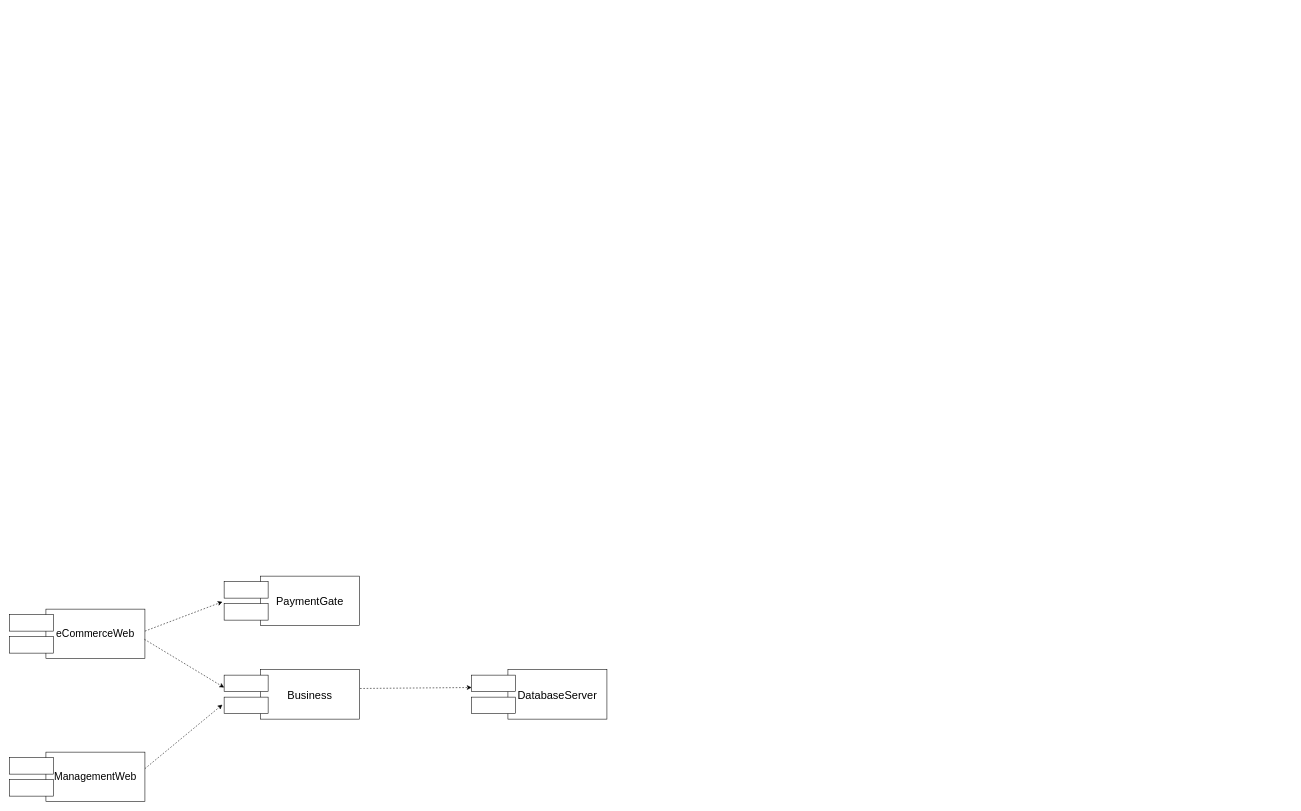
The draw.io diagram Biểu đồ thành phần.drawio in leducminh11224188/Library-Management, before the edit. Source tidied: cells renumbered, new cells numbered last; positions are measured from the earlier drawing's top-left corner, leaving out a move shared by most shapes. Both pictures are drawn from the tidied source at 55%, with x=0, y=0 at pixel (9, 576).
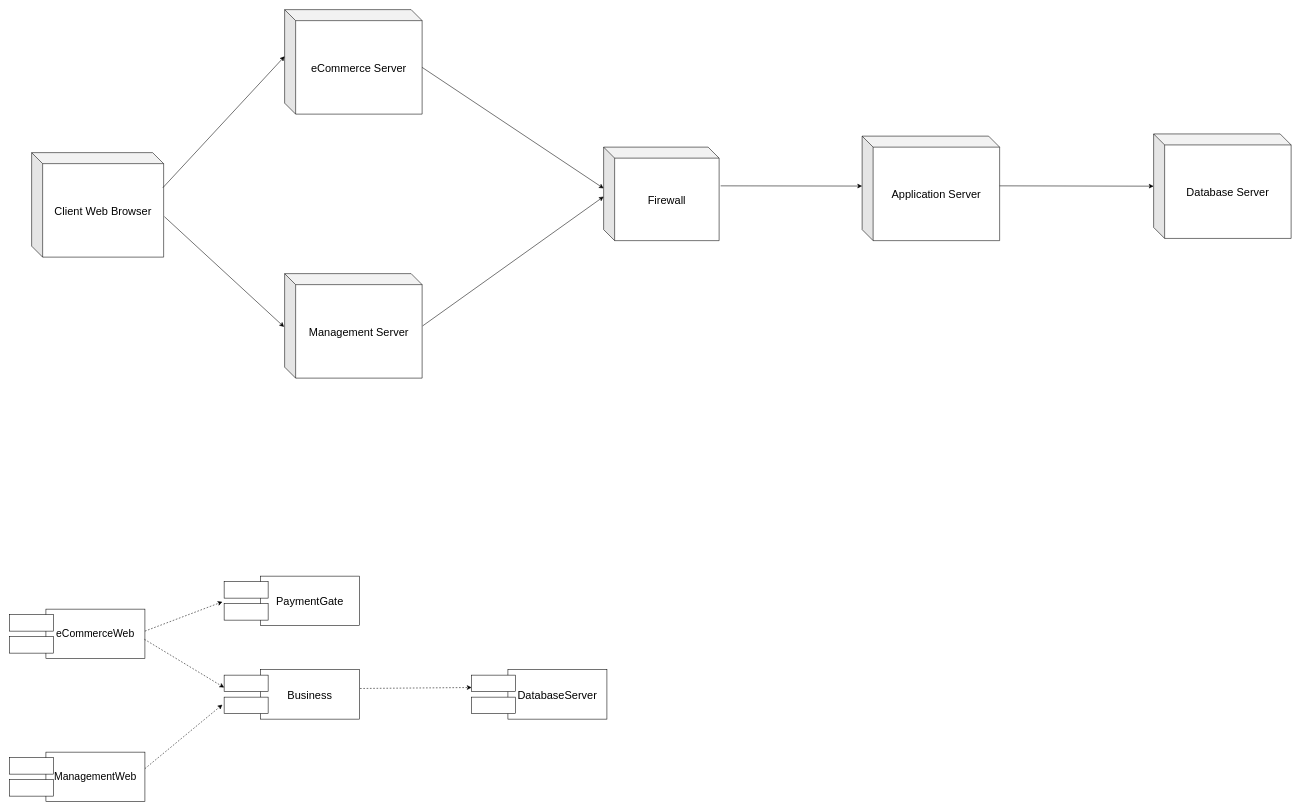
Above is the later version.

Commit message (it also covers changes not shown here):
Cập nhật Biểu đồ thành phần.drawio

Diff of the diagram source:
```diff
@@
+    <mxCell id="26" value="&lt;font style=&quot;font-size: 20px;&quot;&gt;Client Web Browser&lt;/font&gt;" style="shape=cube;whiteSpace=wrap;html=1;boundedLbl=1;backgroundOutline=1;darkOpacity=0.05;darkOpacity2=0.1;" parent="1" vertex="1">
+      <mxGeometry x="40" y="-770" width="240" height="190" as="geometry" />
+    </mxCell>
+    <mxCell id="27" value="&lt;font style=&quot;font-size: 20px;&quot;&gt;eCommerce Server&lt;/font&gt;" style="shape=cube;whiteSpace=wrap;html=1;boundedLbl=1;backgroundOutline=1;darkOpacity=0.05;darkOpacity2=0.1;" parent="1" vertex="1">
+      <mxGeometry x="500" y="-1030" width="250" height="190" as="geometry" />
+    </mxCell>
+    <mxCell id="28" value="&lt;font style=&quot;font-size: 20px;&quot;&gt;Management Server&lt;/font&gt;" style="shape=cube;whiteSpace=wrap;html=1;boundedLbl=1;backgroundOutline=1;darkOpacity=0.05;darkOpacity2=0.1;" parent="1" vertex="1">
+      <mxGeometry x="500" y="-550" width="250" height="190" as="geometry" />
+    </mxCell>
+    <mxCell id="29" value="&lt;font style=&quot;font-size: 20px;&quot;&gt;Firewall&lt;/font&gt;" style="shape=cube;whiteSpace=wrap;html=1;boundedLbl=1;backgroundOutline=1;darkOpacity=0.05;darkOpacity2=0.1;" parent="1" vertex="1">
+      <mxGeometry x="1080" y="-780" width="210" height="170" as="geometry" />
+    </mxCell>
+    <mxCell id="30" value="&lt;font style=&quot;font-size: 20px;&quot;&gt;Application Server&lt;/font&gt;" style="shape=cube;whiteSpace=wrap;html=1;boundedLbl=1;backgroundOutline=1;darkOpacity=0.05;darkOpacity2=0.1;" parent="1" vertex="1">
+      <mxGeometry x="1550" y="-800" width="250" height="190" as="geometry" />
+    </mxCell>
+    <mxCell id="31" value="&lt;font style=&quot;font-size: 20px;&quot;&gt;Database Server&lt;/font&gt;" style="shape=cube;whiteSpace=wrap;html=1;boundedLbl=1;backgroundOutline=1;darkOpacity=0.05;darkOpacity2=0.1;" parent="1" vertex="1">
+      <mxGeometry x="2080" y="-804" width="250" height="190" as="geometry" />
+    </mxCell>
+    <mxCell id="32" style="endArrow=classic;html=1;rounded=0;exitX=0.994;exitY=0.336;exitDx=0;exitDy=0;exitPerimeter=0;entryX=0;entryY=0;entryDx=0;entryDy=85;entryPerimeter=0;" parent="1" edge="1" source="26" target="27">
+      <mxGeometry relative="1" as="geometry" />
+    </mxCell>
+    <mxCell id="33" style="endArrow=classic;html=1;rounded=0;exitX=1.006;exitY=0.613;exitDx=0;exitDy=0;exitPerimeter=0;entryX=-0.004;entryY=0.51;entryDx=0;entryDy=0;entryPerimeter=0;" parent="1" edge="1" source="26" target="28">
+      <mxGeometry relative="1" as="geometry" />
+    </mxCell>
+    <mxCell id="34" style="endArrow=classic;html=1;rounded=0;exitX=0;exitY=0;exitDx=250;exitDy=105;exitPerimeter=0;entryX=0;entryY=0;entryDx=0;entryDy=75;entryPerimeter=0;" parent="1" edge="1" source="27" target="29">
+      <mxGeometry relative="1" as="geometry" />
+    </mxCell>
+    <mxCell id="35" style="endArrow=classic;html=1;rounded=0;exitX=1.004;exitY=0.5;exitDx=0;exitDy=0;exitPerimeter=0;entryX=0;entryY=0;entryDx=0;entryDy=85;entryPerimeter=0;" parent="1" edge="1" source="28">
+      <mxGeometry relative="1" as="geometry">
+        <mxPoint x="1080" y="-690" as="targetPoint" />
+      </mxGeometry>
+    </mxCell>
+    <mxCell id="36" style="endArrow=classic;html=1;rounded=0;entryX=-0.011;entryY=0.36;entryDx=0;entryDy=0;entryPerimeter=0;" parent="1" edge="1">
+      <mxGeometry relative="1" as="geometry">
+        <mxPoint x="1292.8" y="-709.6" as="sourcePoint" />
+        <mxPoint x="1550" y="-709.2" as="targetPoint" />
+      </mxGeometry>
+    </mxCell>
+    <mxCell id="37" style="endArrow=classic;html=1;rounded=0;entryX=0;entryY=0.5;entryDx=0;entryDy=0;entryPerimeter=0;" parent="1" edge="1" target="31">
+      <mxGeometry relative="1" as="geometry">
+        <mxPoint x="1800" y="-709.6" as="sourcePoint" />
+      </mxGeometry>
+    </mxCell>
```
